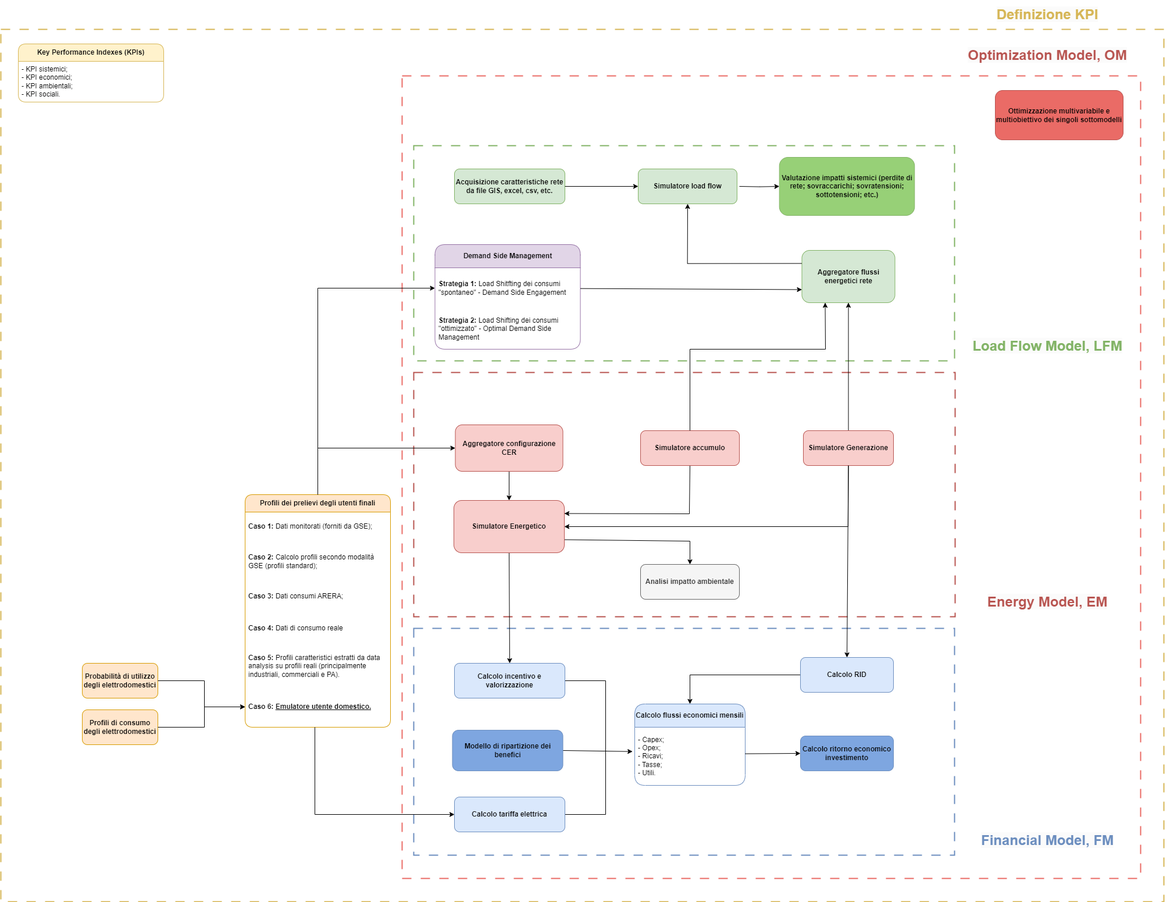
Before: assets/readme_images/Flow_chart_simulator.png, a diagram exported from draw.io (ToniRollo/CACER-simulator). Source tidied: cells renumbered, new cells last; positions are measured from the earlier drawing's top-left corner, leaving out a move shared by most shapes.
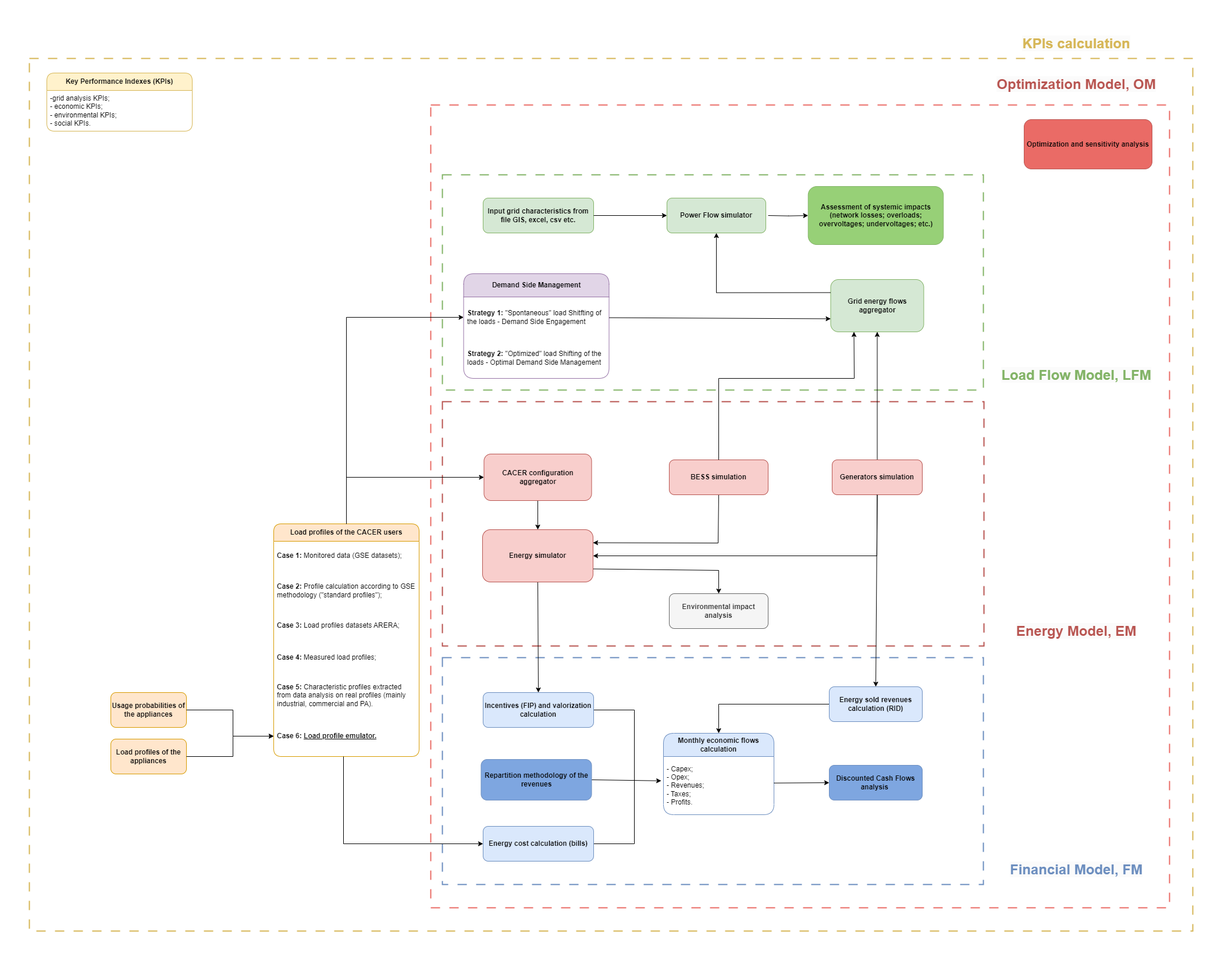
Later version of the same file.

Commit message:
Update flow chart

Change to the diagram source:
```diff
@@ -19,21 +19,21 @@
     </mxCell>
-    <mxCell id="7" value="&lt;b&gt;Profili dei prelievi degli utenti finali&lt;/b&gt;" style="swimlane;fontStyle=0;horizontal=1;startSize=30;whiteSpace=wrap;html=1;fillColor=#ffe6cc;strokeColor=#d79b00;rounded=1;" parent="1" vertex="1">
+    <mxCell id="7" value="&lt;b&gt;Load profiles of the CACER users&lt;/b&gt;" style="swimlane;fontStyle=0;horizontal=1;startSize=30;whiteSpace=wrap;html=1;fillColor=#ffe6cc;strokeColor=#d79b00;rounded=1;" parent="1" vertex="1">
       <mxGeometry x="420" y="850" width="250" height="400" as="geometry" />
     </mxCell>
-    <mxCell id="8" value="&lt;b&gt;Caso 1:&lt;/b&gt; Dati monitorati (forniti da GSE);" style="text;strokeColor=none;fillColor=none;align=left;verticalAlign=middle;spacingLeft=4;spacingRight=4;overflow=hidden;whiteSpace=wrap;html=1;" parent="7" vertex="1">
+    <mxCell id="8" value="&lt;b&gt;Case 1:&lt;/b&gt;&amp;nbsp;Monitored data (GSE datasets);" style="text;strokeColor=none;fillColor=none;align=left;verticalAlign=middle;spacingLeft=4;spacingRight=4;overflow=hidden;whiteSpace=wrap;html=1;" parent="7" vertex="1">
       <mxGeometry y="30" width="250" height="50" as="geometry" />
     </mxCell>
-    <mxCell id="9" value="&lt;b&gt;Caso 2:&lt;/b&gt; Calcolo profili secondo modalità GSE (profili standard);" style="text;strokeColor=none;fillColor=none;align=left;verticalAlign=middle;spacingLeft=4;spacingRight=4;overflow=hidden;whiteSpace=wrap;html=1;" parent="7" vertex="1">
+    <mxCell id="9" value="&lt;b&gt;Case 2:&lt;/b&gt; Profile calculation according to GSE methodology (&quot;standard profiles&quot;);" style="text;strokeColor=none;fillColor=none;align=left;verticalAlign=middle;spacingLeft=4;spacingRight=4;overflow=hidden;whiteSpace=wrap;html=1;" parent="7" vertex="1">
       <mxGeometry y="80" width="250" height="70" as="geometry" />
     </mxCell>
-    <mxCell id="10" value="&lt;b&gt;Caso 3:&lt;/b&gt; Dati consumi ARERA;" style="text;strokeColor=none;fillColor=none;align=left;verticalAlign=middle;spacingLeft=4;spacingRight=4;overflow=hidden;whiteSpace=wrap;html=1;" parent="7" vertex="1">
+    <mxCell id="10" value="&lt;b&gt;Case 3:&lt;/b&gt; Load profiles datasets ARERA;" style="text;strokeColor=none;fillColor=none;align=left;verticalAlign=middle;spacingLeft=4;spacingRight=4;overflow=hidden;whiteSpace=wrap;html=1;" parent="7" vertex="1">
       <mxGeometry y="150" width="250" height="50" as="geometry" />
     </mxCell>
-    <mxCell id="11" value="&lt;b&gt;Caso 4:&lt;/b&gt;&amp;nbsp;Dati di consumo reale" style="text;strokeColor=none;fillColor=none;align=left;verticalAlign=middle;spacingLeft=4;spacingRight=4;overflow=hidden;whiteSpace=wrap;html=1;" parent="7" vertex="1">
+    <mxCell id="11" value="&lt;b&gt;Case 4:&lt;/b&gt;&amp;nbsp;Measured load profiles;" style="text;strokeColor=none;fillColor=none;align=left;verticalAlign=middle;spacingLeft=4;spacingRight=4;overflow=hidden;whiteSpace=wrap;html=1;" parent="7" vertex="1">
       <mxGeometry y="200" width="250" height="60" as="geometry" />
     </mxCell>
-    <mxCell id="12" value="&lt;b&gt;Caso 5:&lt;/b&gt;&amp;nbsp;Profili caratteristici estratti da data analysis su profili reali (principalmente industriali, commerciali e PA)." style="text;strokeColor=none;fillColor=none;align=left;verticalAlign=middle;spacingLeft=4;spacingRight=4;overflow=hidden;whiteSpace=wrap;html=1;" parent="7" vertex="1">
+    <mxCell id="12" value="&lt;b&gt;Case 5:&lt;/b&gt;&amp;nbsp;Characteristic profiles extracted from data analysis on real profiles (mainly industrial, commercial and PA)." style="text;strokeColor=none;fillColor=none;align=left;verticalAlign=middle;spacingLeft=4;spacingRight=4;overflow=hidden;whiteSpace=wrap;html=1;" parent="7" vertex="1">
       <mxGeometry y="260" width="250" height="70" as="geometry" />
     </mxCell>
-    <mxCell id="13" value="&lt;b&gt;Caso 6:&lt;/b&gt;&amp;nbsp;&lt;u&gt;&lt;b&gt;Emulatore utente domestico.&lt;/b&gt;&lt;/u&gt;" style="text;strokeColor=none;fillColor=none;align=left;verticalAlign=middle;spacingLeft=4;spacingRight=4;overflow=hidden;points=[[0,0.5],[1,0.5]];portConstraint=eastwest;whiteSpace=wrap;html=1;" parent="7" vertex="1">
+    <mxCell id="13" value="&lt;b&gt;Case 6:&lt;/b&gt;&amp;nbsp;&lt;u&gt;&lt;b&gt;Load profile emulator.&lt;/b&gt;&lt;/u&gt;" style="text;strokeColor=none;fillColor=none;align=left;verticalAlign=middle;spacingLeft=4;spacingRight=4;overflow=hidden;points=[[0,0.5],[1,0.5]];portConstraint=eastwest;whiteSpace=wrap;html=1;" parent="7" vertex="1">
       <mxGeometry y="330" width="250" height="70" as="geometry" />
@@ -46,6 +46,6 @@
     </mxCell>
-    <mxCell id="16" value="&lt;b&gt;Calcolo flussi economici mensili&lt;/b&gt;" style="swimlane;fontStyle=0;horizontal=1;startSize=40;whiteSpace=wrap;html=1;fillColor=#dae8fc;strokeColor=#6c8ebf;rounded=1;" parent="1" vertex="1">
+    <mxCell id="16" value="&lt;b&gt;Monthly economic flows calculation&lt;/b&gt;" style="swimlane;fontStyle=0;horizontal=1;startSize=40;whiteSpace=wrap;html=1;fillColor=#dae8fc;strokeColor=#6c8ebf;rounded=1;" parent="1" vertex="1">
       <mxGeometry x="1090" y="1210" width="190" height="140" as="geometry" />
     </mxCell>
-    <mxCell id="17" value="- Capex;&lt;br&gt;- Opex;&lt;br&gt;- Ricavi;&lt;br&gt;- Tasse;&lt;br&gt;- Utili." style="text;strokeColor=none;fillColor=none;align=left;verticalAlign=middle;spacingLeft=4;spacingRight=4;overflow=hidden;points=[[0,0.5],[1,0.5]];portConstraint=eastwest;whiteSpace=wrap;html=1;" parent="16" vertex="1">
+    <mxCell id="17" value="- Capex;&lt;br&gt;- Opex;&lt;br&gt;- Revenues;&lt;br&gt;- Taxes;&lt;br&gt;- Profits." style="text;strokeColor=none;fillColor=none;align=left;verticalAlign=middle;spacingLeft=4;spacingRight=4;overflow=hidden;points=[[0,0.5],[1,0.5]];portConstraint=eastwest;whiteSpace=wrap;html=1;" parent="16" vertex="1">
       <mxGeometry y="40" width="190" height="100" as="geometry" />
@@ -61,3 +61,3 @@
     </mxCell>
-    <mxCell id="21" value="- KPI sistemici;&lt;br&gt;- KPI&amp;nbsp;economici;&lt;br&gt;- KPI ambientali;&lt;br&gt;- KPI&amp;nbsp;sociali." style="text;strokeColor=none;fillColor=none;align=left;verticalAlign=middle;spacingLeft=4;spacingRight=4;overflow=hidden;whiteSpace=wrap;html=1;" parent="20" vertex="1">
+    <mxCell id="21" value="-grid analysis KPIs;&lt;br&gt;- economic KPIs;&lt;br&gt;- environmental KPIs;&lt;br&gt;- social KPIs." style="text;strokeColor=none;fillColor=none;align=left;verticalAlign=middle;spacingLeft=4;spacingRight=4;overflow=hidden;whiteSpace=wrap;html=1;" parent="20" vertex="1">
       <mxGeometry y="30" width="250" height="70" as="geometry" />
@@ -132,3 +132,3 @@
     </mxCell>
-    <mxCell id="35" value="&lt;font color=&quot;#d6b656&quot; style=&quot;font-size: 24px;&quot;&gt;&lt;span style=&quot;font-family: Helvetica; font-style: normal; font-variant-ligatures: normal; font-variant-caps: normal; letter-spacing: normal; orphans: 2; text-align: center; text-indent: 0px; text-transform: none; widows: 2; word-spacing: 0px; -webkit-text-stroke-width: 0px; background-color: rgb(251, 251, 251); text-decoration-thickness: initial; text-decoration-style: initial; text-decoration-color: initial; float: none; display: inline !important;&quot;&gt;&lt;b style=&quot;&quot;&gt;Definizione KPI&lt;/b&gt;&lt;/span&gt;&lt;/font&gt;" style="text;html=1;strokeColor=none;fillColor=none;align=center;verticalAlign=middle;whiteSpace=wrap;rounded=0;" parent="1" vertex="1">
+    <mxCell id="35" value="&lt;font color=&quot;#d6b656&quot; style=&quot;font-size: 24px;&quot;&gt;&lt;span style=&quot;font-family: Helvetica; font-style: normal; font-variant-ligatures: normal; font-variant-caps: normal; letter-spacing: normal; orphans: 2; text-align: center; text-indent: 0px; text-transform: none; widows: 2; word-spacing: 0px; -webkit-text-stroke-width: 0px; background-color: rgb(251, 251, 251); text-decoration-thickness: initial; text-decoration-style: initial; text-decoration-color: initial; float: none; display: inline !important;&quot;&gt;&lt;b style=&quot;&quot;&gt;KPIs calculation&lt;/b&gt;&lt;/span&gt;&lt;/font&gt;" style="text;html=1;strokeColor=none;fillColor=none;align=center;verticalAlign=middle;whiteSpace=wrap;rounded=0;" parent="1" vertex="1">
       <mxGeometry x="1590" width="420" height="50" as="geometry" />
@@ -142,48 +142,48 @@
     </mxCell>
-    <mxCell id="37" value="&lt;b style=&quot;border-color: var(--border-color);&quot;&gt;Aggregatore configurazione CER&lt;/b&gt;" style="rounded=1;whiteSpace=wrap;html=1;fillColor=#f8cecc;strokeColor=#b85450;" parent="1" vertex="1">
+    <mxCell id="37" value="&lt;b style=&quot;border-color: var(--border-color);&quot;&gt;CACER configuration aggregator&lt;/b&gt;" style="rounded=1;whiteSpace=wrap;html=1;fillColor=#f8cecc;strokeColor=#b85450;" parent="1" vertex="1">
       <mxGeometry x="781.5" y="730" width="185" height="80" as="geometry" />
     </mxCell>
-    <mxCell id="38" value="&lt;b style=&quot;border-color: var(--border-color);&quot;&gt;Simulatore accumulo&lt;/b&gt;" style="rounded=1;whiteSpace=wrap;html=1;fillColor=#f8cecc;strokeColor=#b85450;" parent="1" vertex="1">
+    <mxCell id="38" value="&lt;b style=&quot;border-color: var(--border-color);&quot;&gt;BESS simulation&lt;/b&gt;" style="rounded=1;whiteSpace=wrap;html=1;fillColor=#f8cecc;strokeColor=#b85450;" parent="1" vertex="1">
       <mxGeometry x="1100" y="740" width="170" height="60" as="geometry" />
     </mxCell>
-    <mxCell id="39" value="&lt;b style=&quot;border-color: var(--border-color);&quot;&gt;Simulatore Generazione&lt;/b&gt;" style="rounded=1;whiteSpace=wrap;html=1;fillColor=#f8cecc;strokeColor=#b85450;" parent="1" vertex="1">
+    <mxCell id="39" value="&lt;b style=&quot;border-color: var(--border-color);&quot;&gt;Generators simulation&lt;/b&gt;" style="rounded=1;whiteSpace=wrap;html=1;fillColor=#f8cecc;strokeColor=#b85450;" parent="1" vertex="1">
       <mxGeometry x="1380" y="740" width="155" height="60" as="geometry" />
     </mxCell>
-    <mxCell id="40" value="&lt;b style=&quot;border-color: var(--border-color);&quot;&gt;Simulatore Energetico&lt;/b&gt;" style="rounded=1;whiteSpace=wrap;html=1;fillColor=#f8cecc;strokeColor=#b85450;" parent="1" vertex="1">
+    <mxCell id="40" value="&lt;b style=&quot;border-color: var(--border-color);&quot;&gt;Energy simulator&lt;/b&gt;" style="rounded=1;whiteSpace=wrap;html=1;fillColor=#f8cecc;strokeColor=#b85450;" parent="1" vertex="1">
       <mxGeometry x="779" y="860" width="190" height="90" as="geometry" />
     </mxCell>
-    <mxCell id="41" value="&lt;b style=&quot;border-color: var(--border-color);&quot;&gt;Ottimizzazione multivariabile e multiobiettivo dei singoli sottomodelli&lt;/b&gt;" style="rounded=1;whiteSpace=wrap;html=1;fillColor=#ea6b66;strokeColor=#b85450;" parent="1" vertex="1">
+    <mxCell id="41" value="&lt;b style=&quot;border-color: var(--border-color);&quot;&gt;Optimization and sensitivity analysis&lt;/b&gt;" style="rounded=1;whiteSpace=wrap;html=1;fillColor=#ea6b66;strokeColor=#b85450;" parent="1" vertex="1">
       <mxGeometry x="1710" y="155" width="220" height="85" as="geometry" />
     </mxCell>
-    <mxCell id="42" value="&lt;b style=&quot;border-color: var(--border-color);&quot;&gt;Calcolo incentivo e valorizzazione&lt;/b&gt;" style="rounded=1;whiteSpace=wrap;html=1;fillColor=#dae8fc;strokeColor=#6c8ebf;" parent="1" vertex="1">
+    <mxCell id="42" value="&lt;b style=&quot;border-color: var(--border-color);&quot;&gt;Incentives (FIP) and valorization calculation&lt;/b&gt;" style="rounded=1;whiteSpace=wrap;html=1;fillColor=#dae8fc;strokeColor=#6c8ebf;" parent="1" vertex="1">
       <mxGeometry x="780" y="1140" width="190" height="60" as="geometry" />
     </mxCell>
-    <mxCell id="43" value="&lt;b style=&quot;border-color: var(--border-color);&quot;&gt;Modello di ripartizione dei benefici&lt;/b&gt;" style="rounded=1;whiteSpace=wrap;html=1;fillColor=#7EA6E0;strokeColor=#6c8ebf;" parent="1" vertex="1">
+    <mxCell id="43" value="&lt;b style=&quot;border-color: var(--border-color);&quot;&gt;Repartition methodology of the revenues&lt;/b&gt;" style="rounded=1;whiteSpace=wrap;html=1;fillColor=#7EA6E0;strokeColor=#6c8ebf;" parent="1" vertex="1">
       <mxGeometry x="776.5" y="1255" width="190" height="70" as="geometry" />
     </mxCell>
-    <mxCell id="44" value="&lt;b style=&quot;border-color: var(--border-color);&quot;&gt;Calcolo tariffa elettrica&lt;/b&gt;" style="rounded=1;whiteSpace=wrap;html=1;fillColor=#dae8fc;strokeColor=#6c8ebf;" parent="1" vertex="1">
+    <mxCell id="44" value="&lt;b style=&quot;border-color: var(--border-color);&quot;&gt;Energy cost calculation (bills)&lt;/b&gt;" style="rounded=1;whiteSpace=wrap;html=1;fillColor=#dae8fc;strokeColor=#6c8ebf;" parent="1" vertex="1">
       <mxGeometry x="780" y="1370" width="190" height="60" as="geometry" />
     </mxCell>
-    <mxCell id="45" value="&lt;b style=&quot;border-color: var(--border-color);&quot;&gt;Calcolo RID&lt;/b&gt;" style="rounded=1;whiteSpace=wrap;html=1;fillColor=#dae8fc;strokeColor=#6c8ebf;" parent="1" vertex="1">
+    <mxCell id="45" value="&lt;b style=&quot;border-color: var(--border-color);&quot;&gt;Energy sold revenues calculation (RID)&lt;/b&gt;" style="rounded=1;whiteSpace=wrap;html=1;fillColor=#dae8fc;strokeColor=#6c8ebf;" parent="1" vertex="1">
       <mxGeometry x="1375" y="1130" width="160" height="60" as="geometry" />
     </mxCell>
-    <mxCell id="46" value="&lt;b style=&quot;border-color: var(--border-color);&quot;&gt;Calcolo ritorno economico investimento&lt;/b&gt;" style="rounded=1;whiteSpace=wrap;html=1;fillColor=#7EA6E0;strokeColor=#6c8ebf;" parent="1" vertex="1">
+    <mxCell id="46" value="&lt;b style=&quot;border-color: var(--border-color);&quot;&gt;Discounted Cash Flows analysis&amp;nbsp;&lt;/b&gt;" style="rounded=1;whiteSpace=wrap;html=1;fillColor=#7EA6E0;strokeColor=#6c8ebf;" parent="1" vertex="1">
       <mxGeometry x="1375" y="1265" width="160" height="60" as="geometry" />
     </mxCell>
-    <mxCell id="47" value="&lt;b style=&quot;border-color: var(--border-color);&quot;&gt;Acquisizione caratteristiche rete da file GIS, excel, csv, etc.&lt;/b&gt;" style="rounded=1;whiteSpace=wrap;html=1;fillColor=#d5e8d4;strokeColor=#82b366;" parent="1" vertex="1">
+    <mxCell id="47" value="&lt;b style=&quot;border-color: var(--border-color);&quot;&gt;Input grid characteristics from file GIS, excel, csv etc.&lt;/b&gt;" style="rounded=1;whiteSpace=wrap;html=1;fillColor=#d5e8d4;strokeColor=#82b366;" parent="1" vertex="1">
       <mxGeometry x="780" y="290" width="190" height="60" as="geometry" />
     </mxCell>
-    <mxCell id="48" value="&lt;b style=&quot;border-color: var(--border-color);&quot;&gt;Simulatore load flow&lt;/b&gt;" style="rounded=1;whiteSpace=wrap;html=1;fillColor=#d5e8d4;strokeColor=#82b366;" parent="1" vertex="1">
+    <mxCell id="48" value="&lt;b&gt;Power Flow simulator&lt;/b&gt;" style="rounded=1;whiteSpace=wrap;html=1;fillColor=#d5e8d4;strokeColor=#82b366;" parent="1" vertex="1">
       <mxGeometry x="1096" y="290" width="170" height="60" as="geometry" />
     </mxCell>
-    <mxCell id="49" value="&lt;b style=&quot;border-color: var(--border-color);&quot;&gt;Valutazione impatti sistemici (perdite di rete; sovraccarichi; sovratensioni; sottotensioni; etc.)&lt;/b&gt;" style="rounded=1;whiteSpace=wrap;html=1;fillColor=#97D077;strokeColor=#82b366;" parent="1" vertex="1">
+    <mxCell id="49" value="&lt;b style=&quot;border-color: var(--border-color);&quot;&gt;Assessment of systemic impacts (network losses; overloads; overvoltages; undervoltages; etc.)&lt;/b&gt;" style="rounded=1;whiteSpace=wrap;html=1;fillColor=#97D077;strokeColor=#82b366;" parent="1" vertex="1">
       <mxGeometry x="1338.8" y="270" width="232.5" height="100" as="geometry" />
     </mxCell>
-    <mxCell id="50" value="&lt;b style=&quot;border-color: var(--border-color);&quot;&gt;Aggregatore flussi energetici rete&lt;/b&gt;" style="rounded=1;whiteSpace=wrap;html=1;fillColor=#d5e8d4;strokeColor=#82b366;" parent="1" vertex="1">
+    <mxCell id="50" value="&lt;b style=&quot;border-color: var(--border-color);&quot;&gt;Grid energy flows aggregator&lt;/b&gt;" style="rounded=1;whiteSpace=wrap;html=1;fillColor=#d5e8d4;strokeColor=#82b366;" parent="1" vertex="1">
       <mxGeometry x="1377.5" y="430" width="160" height="90" as="geometry" />
     </mxCell>
-    <mxCell id="51" value="&lt;b style=&quot;border-color: var(--border-color);&quot;&gt;Probabilità di utilizzo degli elettrodomestici&lt;/b&gt;" style="rounded=1;whiteSpace=wrap;html=1;fillColor=#ffe6cc;strokeColor=#d79b00;" parent="1" vertex="1">
+    <mxCell id="51" value="&lt;b style=&quot;border-color: var(--border-color);&quot;&gt;Usage probabilities of the appliances&lt;/b&gt;" style="rounded=1;whiteSpace=wrap;html=1;fillColor=#ffe6cc;strokeColor=#d79b00;" parent="1" vertex="1">
       <mxGeometry x="140" y="1140" width="130" height="60" as="geometry" />
     </mxCell>
-    <mxCell id="52" value="&lt;b style=&quot;border-color: var(--border-color);&quot;&gt;Profili di consumo degli elettrodomestici&lt;/b&gt;" style="rounded=1;whiteSpace=wrap;html=1;fillColor=#ffe6cc;strokeColor=#d79b00;" parent="1" vertex="1">
+    <mxCell id="52" value="&lt;b style=&quot;border-color: var(--border-color);&quot;&gt;Load profiles of the appliances&lt;/b&gt;" style="rounded=1;whiteSpace=wrap;html=1;fillColor=#ffe6cc;strokeColor=#d79b00;" parent="1" vertex="1">
       <mxGeometry x="140" y="1220" width="130" height="60" as="geometry" />
@@ -206,3 +206,3 @@
     </mxCell>
-    <mxCell id="55" value="&lt;b style=&quot;border-color: var(--border-color);&quot;&gt;Analisi impatto ambientale&lt;/b&gt;" style="rounded=1;whiteSpace=wrap;html=1;fillColor=#f5f5f5;fontColor=#333333;strokeColor=#666666;" parent="1" vertex="1">
+    <mxCell id="55" value="&lt;b style=&quot;border-color: var(--border-color);&quot;&gt;Environmental impact analysis&lt;/b&gt;" style="rounded=1;whiteSpace=wrap;html=1;fillColor=#f5f5f5;fontColor=#333333;strokeColor=#666666;" parent="1" vertex="1">
       <mxGeometry x="1100" y="970" width="170" height="60" as="geometry" />
@@ -230,6 +230,6 @@
     </mxCell>
-    <mxCell id="61" value="&lt;b&gt;Strategia 1:&lt;/b&gt; Load Shitfting dei consumi &quot;spontaneo&quot; - Demand Side Engagement" style="text;strokeColor=none;fillColor=none;align=left;verticalAlign=middle;spacingLeft=4;spacingRight=4;overflow=hidden;points=[[0,0.5],[1,0.5]];portConstraint=eastwest;whiteSpace=wrap;html=1;" parent="60" vertex="1">
+    <mxCell id="61" value="&lt;b&gt;Strategy 1:&lt;/b&gt;&amp;nbsp;&quot;Spontaneous&quot; load Shitfting of the loads - Demand Side Engagement" style="text;strokeColor=none;fillColor=none;align=left;verticalAlign=middle;spacingLeft=4;spacingRight=4;overflow=hidden;points=[[0,0.5],[1,0.5]];portConstraint=eastwest;whiteSpace=wrap;html=1;" parent="60" vertex="1">
       <mxGeometry y="40" width="250" height="70" as="geometry" />
     </mxCell>
-    <mxCell id="62" value="&lt;b&gt;Strategia 2:&lt;/b&gt;&amp;nbsp;Load Shifting dei consumi &quot;ottimizzato&quot; - Optimal Demand Side Management" style="text;strokeColor=none;fillColor=none;align=left;verticalAlign=middle;spacingLeft=4;spacingRight=4;overflow=hidden;whiteSpace=wrap;html=1;" parent="60" vertex="1">
+    <mxCell id="62" value="&lt;b&gt;Strategy 2:&lt;/b&gt;&amp;nbsp;&quot;Optimized&quot; load Shifting of the loads - Optimal Demand Side Management" style="text;strokeColor=none;fillColor=none;align=left;verticalAlign=middle;spacingLeft=4;spacingRight=4;overflow=hidden;whiteSpace=wrap;html=1;" parent="60" vertex="1">
       <mxGeometry y="110" width="250" height="70" as="geometry" />
```
